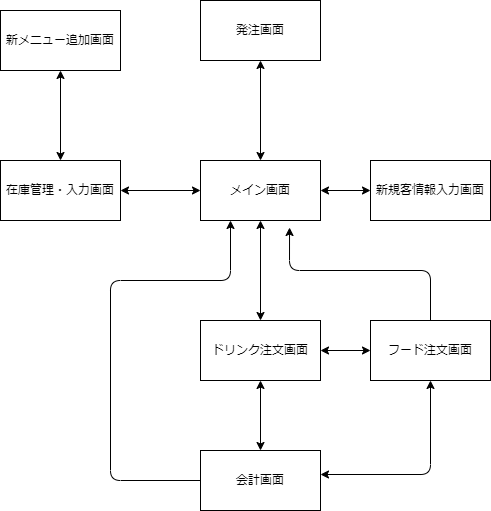
This is psp4/new画面遷移図.drawio.png from MasakiHiguchi/---, a draw.io export, as it was before one commit. Source tidied: cells renumbered, new cells last; positions are measured from the earlier drawing's top-left corner, leaving out a move shared by most shapes. The source it was exported from:
```xml
<mxGraphModel>
  <root>
    <mxCell id="0" />
    <mxCell id="1" parent="0" />
    <mxCell id="2" value="メイン画面" style="rounded=0;whiteSpace=wrap;html=1;" parent="1" vertex="1">
      <mxGeometry x="200" y="160" width="120" height="60" as="geometry" />
    </mxCell>
    <mxCell id="3" value="ドリンク注文画面" style="rounded=0;whiteSpace=wrap;html=1;" parent="1" vertex="1">
      <mxGeometry x="200" y="320" width="120" height="60" as="geometry" />
    </mxCell>
    <mxCell id="4" value="フード注文画面" style="rounded=0;whiteSpace=wrap;html=1;" parent="1" vertex="1">
      <mxGeometry x="370" y="320" width="120" height="60" as="geometry" />
    </mxCell>
    <mxCell id="5" value="在庫管理・入力画面" style="rounded=0;whiteSpace=wrap;html=1;" parent="1" vertex="1">
      <mxGeometry y="160" width="120" height="60" as="geometry" />
    </mxCell>
    <mxCell id="6" value="発注画面" style="rounded=0;whiteSpace=wrap;html=1;" parent="1" vertex="1">
      <mxGeometry x="200" width="120" height="60" as="geometry" />
    </mxCell>
    <mxCell id="7" value="新規客情報入力画面" style="rounded=0;whiteSpace=wrap;html=1;" parent="1" vertex="1">
      <mxGeometry x="370" y="160" width="120" height="60" as="geometry" />
    </mxCell>
    <mxCell id="8" value="会計画面" style="rounded=0;whiteSpace=wrap;html=1;" parent="1" vertex="1">
      <mxGeometry x="200" y="450" width="120" height="60" as="geometry" />
    </mxCell>
    <mxCell id="9" style="endArrow=classic;startArrow=classic;html=1;exitX=1;exitY=0.5;exitDx=0;exitDy=0;" parent="1" edge="1" source="5">
      <mxGeometry relative="1" as="geometry">
        <mxPoint x="200" y="190" as="targetPoint" />
      </mxGeometry>
    </mxCell>
    <mxCell id="10" style="endArrow=classic;startArrow=classic;html=1;exitX=0.5;exitY=0;exitDx=0;exitDy=0;" parent="1" edge="1" source="3">
      <mxGeometry relative="1" as="geometry">
        <mxPoint x="260" y="220" as="targetPoint" />
      </mxGeometry>
    </mxCell>
    <mxCell id="11" style="endArrow=classic;startArrow=classic;html=1;exitX=0.5;exitY=0;exitDx=0;exitDy=0;" parent="1" edge="1" source="2">
      <mxGeometry relative="1" as="geometry">
        <mxPoint x="260" y="60" as="targetPoint" />
      </mxGeometry>
    </mxCell>
    <mxCell id="12" style="endArrow=classic;startArrow=classic;html=1;exitX=0.5;exitY=0;exitDx=0;exitDy=0;" parent="1" edge="1" source="8">
      <mxGeometry relative="1" as="geometry">
        <mxPoint x="260" y="380" as="targetPoint" />
      </mxGeometry>
    </mxCell>
    <mxCell id="13" style="endArrow=classic;startArrow=classic;html=1;exitX=1;exitY=0.4;exitDx=0;exitDy=0;exitPerimeter=0;" parent="1" edge="1" source="8">
      <mxGeometry relative="1" as="geometry">
        <mxPoint x="430" y="380" as="targetPoint" />
        <Array as="points">
          <mxPoint x="430" y="474" />
        </Array>
      </mxGeometry>
    </mxCell>
    <mxCell id="14" style="endArrow=classic;startArrow=classic;html=1;exitX=1;exitY=0.5;exitDx=0;exitDy=0;" parent="1" edge="1" source="3">
      <mxGeometry relative="1" as="geometry">
        <mxPoint x="370" y="350" as="targetPoint" />
      </mxGeometry>
    </mxCell>
    <mxCell id="15" style="endArrow=classic;startArrow=classic;html=1;exitX=1;exitY=0.5;exitDx=0;exitDy=0;" parent="1" edge="1" source="2">
      <mxGeometry relative="1" as="geometry">
        <mxPoint x="370" y="190" as="targetPoint" />
      </mxGeometry>
    </mxCell>
    <mxCell id="16" value="新メニュー追加画面" style="rounded=0;whiteSpace=wrap;html=1;" parent="1" vertex="1">
      <mxGeometry y="10" width="120" height="60" as="geometry" />
    </mxCell>
    <mxCell id="17" style="endArrow=classic;startArrow=classic;html=1;exitX=0.5;exitY=0;exitDx=0;exitDy=0;" parent="1" edge="1" source="5">
      <mxGeometry relative="1" as="geometry">
        <mxPoint x="60" y="70" as="targetPoint" />
      </mxGeometry>
    </mxCell>
    <mxCell id="18" style="endArrow=classic;html=1;exitX=0;exitY=0.5;exitDx=0;exitDy=0;" parent="1" edge="1" source="8">
      <mxGeometry relative="1" as="geometry">
        <mxPoint x="230" y="220" as="targetPoint" />
        <Array as="points">
          <mxPoint x="110" y="480" />
          <mxPoint x="110" y="280" />
          <mxPoint x="230" y="280" />
        </Array>
      </mxGeometry>
    </mxCell>
    <mxCell id="19" style="endArrow=classic;html=1;entryX=0.742;entryY=1.117;entryDx=0;entryDy=0;entryPerimeter=0;" parent="1" edge="1" target="2">
      <mxGeometry relative="1" as="geometry">
        <mxPoint x="430" y="320" as="sourcePoint" />
        <Array as="points">
          <mxPoint x="430" y="270" />
          <mxPoint x="289" y="270" />
        </Array>
      </mxGeometry>
    </mxCell>
  </root>
</mxGraphModel>
```
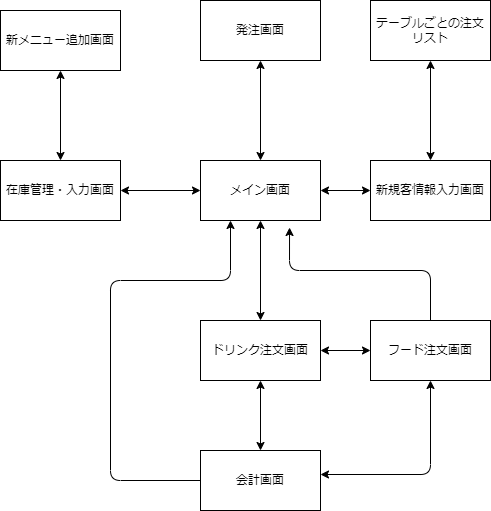
Above is the later version.

What changed in the source:
```diff
@@ -88,5 +88,13 @@
         </Array>
       </mxGeometry>
     </mxCell>
+    <mxCell id="20" value="テーブルごとの注文リスト" style="rounded=0;whiteSpace=wrap;html=1;" parent="1" vertex="1">
+      <mxGeometry x="370" width="120" height="60" as="geometry" />
+    </mxCell>
+    <mxCell id="21" style="endArrow=classic;startArrow=classic;html=1;exitX=0.5;exitY=0;exitDx=0;exitDy=0;" parent="1" edge="1" source="7">
+      <mxGeometry relative="1" as="geometry">
+        <mxPoint x="430" y="60" as="targetPoint" />
+      </mxGeometry>
+    </mxCell>
   </root>
 </mxGraphModel>
```
